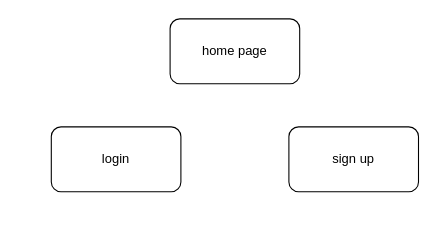
Before: map1/diagramma1.drawio in zyon1974/sitemaps, a draw.io diagram. Source tidied: cells renumbered, new cells numbered last; positions are measured from the earlier drawing's top-left corner, leaving out a move shared by most shapes. Both pictures are drawn from the tidied source at 108%, with x=0, y=0 at pixel (51, 18).
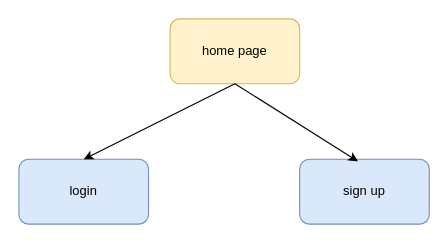
The same diagram, later.

Diff of the diagram source:
```diff
@@
 <mxGraphModel>
   <root>
     <mxCell id="0" />
     <mxCell id="1" parent="0" />
-    <mxCell id="2" value="home page" style="rounded=1;whiteSpace=wrap;html=1;" parent="1" vertex="1">
+    <mxCell id="2" value="home page" style="rounded=1;whiteSpace=wrap;html=1;fillColor=#fff2cc;strokeColor=#d6b656;" parent="1" vertex="1">
       <mxGeometry x="110" width="120" height="60" as="geometry" />
     </mxCell>
-    <mxCell id="3" value="login" style="rounded=1;whiteSpace=wrap;html=1;" parent="1" vertex="1">
-      <mxGeometry y="100" width="120" height="60" as="geometry" />
+    <mxCell id="3" value="login" style="rounded=1;whiteSpace=wrap;html=1;fillColor=#dae8fc;strokeColor=#6c8ebf;" parent="1" vertex="1">
+      <mxGeometry x="-30" y="130" width="120" height="60" as="geometry" />
     </mxCell>
-    <mxCell id="4" value="sign up" style="rounded=1;whiteSpace=wrap;html=1;" parent="1" vertex="1">
-      <mxGeometry x="220" y="100" width="120" height="60" as="geometry" />
+    <mxCell id="4" value="sign up" style="rounded=1;whiteSpace=wrap;html=1;fillColor=#dae8fc;strokeColor=#6c8ebf;" parent="1" vertex="1">
+      <mxGeometry x="230" y="130" width="120" height="60" as="geometry" />
     </mxCell>
+    <mxCell id="5" style="endArrow=classic;html=1;rounded=0;exitX=0.5;exitY=1;exitDx=0;exitDy=0;entryX=0.5;entryY=0;entryDx=0;entryDy=0;" parent="1" edge="1" source="2" target="3">
+      <mxGeometry relative="1" as="geometry" />
+    </mxCell>
+    <mxCell id="6" style="endArrow=classic;html=1;rounded=0;exitX=0.5;exitY=1;exitDx=0;exitDy=0;entryX=0.45;entryY=0.033;entryDx=0;entryDy=0;entryPerimeter=0;" parent="1" edge="1" source="2" target="4">
+      <mxGeometry relative="1" as="geometry" />
+    </mxCell>
   </root>
 </mxGraphModel>
```
